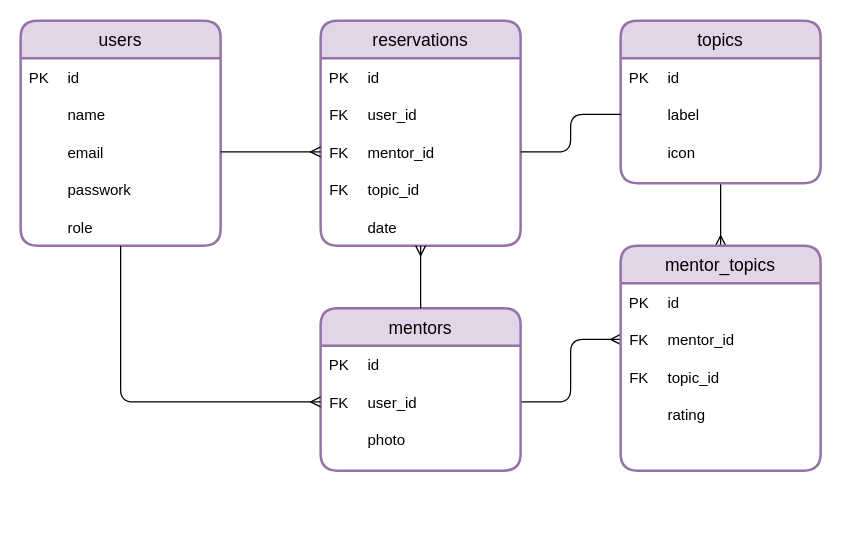
The draw.io diagram erd.drawio in UpliftLab/al-mentoria-docs, before the edit. Source tidied: cells renumbered, new cells numbered last; positions are measured from the earlier drawing's top-left corner, leaving out a move shared by most shapes. Both pictures are drawn from the tidied source at 125%, with x=0, y=0 at pixel (20, 20).
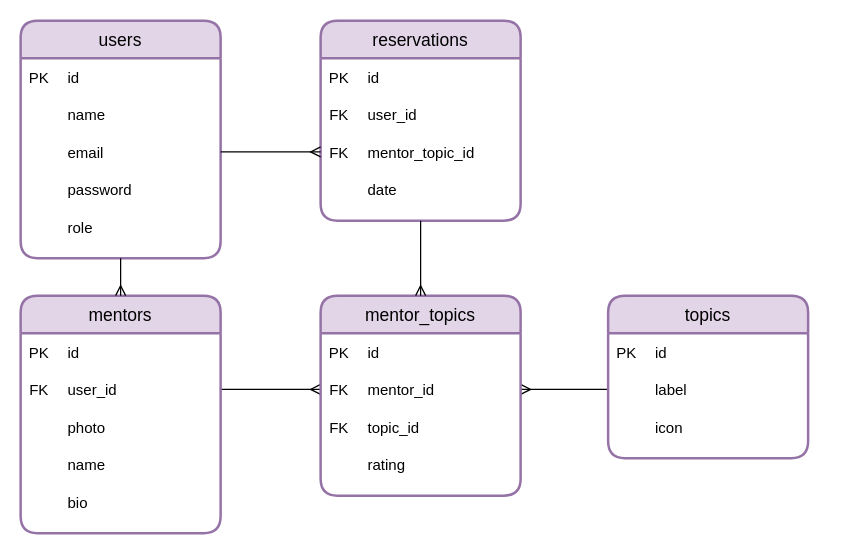
The same diagram, later.

The change refers to these unchanged cells:
```xml
<mxCell id="12" style="shape=tableRow;horizontal=0;startSize=0;swimlaneHead=0;swimlaneBody=0;fillColor=none;points=[[0,0.5],[1,0.5]];portConstraint=eastwest;top=0;left=0;right=0;bottom=0;rounded=1;shadow=0;glass=0;labelBackgroundColor=none;sketch=0;" parent="5" vertex="1">
  <mxGeometry y="60" width="160" height="30" as="geometry" />
</mxCell>
<mxCell id="15" style="shape=tableRow;horizontal=0;startSize=0;swimlaneHead=0;swimlaneBody=0;fillColor=none;top=0;left=0;right=0;bottom=0;rounded=1;shadow=0;glass=0;labelBackgroundColor=none;sketch=0;" parent="5" vertex="1">
  <mxGeometry y="90" width="160" height="30" as="geometry" />
</mxCell>
<mxCell id="29" style="shape=tableRow;horizontal=0;startSize=0;swimlaneHead=0;swimlaneBody=0;fillColor=none;points=[[0,0.5],[1,0.5]];portConstraint=eastwest;top=0;left=0;right=0;bottom=0;rounded=1;shadow=0;glass=0;labelBackgroundColor=none;sketch=0;" parent="22" vertex="1">
  <mxGeometry y="60" width="160" height="30" as="geometry" />
</mxCell>
<mxCell id="44" style="shape=tableRow;horizontal=0;startSize=0;swimlaneHead=0;swimlaneBody=0;fillColor=none;points=[[0,0.5],[1,0.5]];portConstraint=eastwest;top=0;left=0;right=0;bottom=0;rounded=1;shadow=0;glass=0;labelBackgroundColor=none;sketch=0;" parent="40" vertex="1">
  <mxGeometry y="30" width="160" height="30" as="geometry" />
</mxCell>
<mxCell id="53" style="shape=table;startSize=0;childLayout=tableLayout;rowLines=0;fontStyle=0;align=center;strokeColor=none;fillColor=none;rounded=1;shadow=0;glass=0;labelBackgroundColor=none;sketch=0;" parent="52" vertex="1">
  <mxGeometry y="30" width="160" height="100" as="geometry" />
</mxCell>
<mxCell id="57" style="shape=tableRow;horizontal=0;startSize=0;swimlaneHead=0;swimlaneBody=0;fillColor=none;points=[[0,0.5],[1,0.5]];portConstraint=eastwest;top=0;left=0;right=0;bottom=0;rounded=1;shadow=0;glass=0;labelBackgroundColor=none;sketch=0;" parent="53" vertex="1">
  <mxGeometry y="30" width="160" height="30" as="geometry" />
</mxCell>
<mxCell id="69" style="shape=tableRow;horizontal=0;startSize=0;swimlaneHead=0;swimlaneBody=0;fillColor=none;points=[[0,0.5],[1,0.5]];portConstraint=eastwest;top=0;left=0;right=0;bottom=0;rounded=1;shadow=0;glass=0;labelBackgroundColor=none;sketch=0;" parent="65" vertex="1">
  <mxGeometry y="30" width="160" height="30" as="geometry" />
</mxCell>
```

What changed in the source:
```diff
@@
-    <mxCell id="3" style="edgeStyle=orthogonalEdgeStyle;rounded=0;jettySize=auto;html=1;fontSize=23;startArrow=none;startFill=0;endArrow=ERmany;endFill=0;entryX=0.5;entryY=0;entryDx=0;entryDy=0;exitX=0.5;exitY=1;exitDx=0;exitDy=0;" parent="1" edge="1" source="53" target="64">
+    <mxCell id="3" style="edgeStyle=orthogonalEdgeStyle;rounded=0;jettySize=auto;html=1;fontSize=23;startArrow=none;startFill=0;endArrow=ERmany;endFill=0;exitX=0;exitY=0.5;exitDx=0;exitDy=0;entryX=1;entryY=0.5;entryDx=0;entryDy=0;" parent="1" edge="1" source="57" target="69">
       <mxGeometry relative="1" as="geometry" />
     </mxCell>
     <mxCell id="4" value="users" style="swimlane;horizontal=1;startSize=30;rounded=1;fontSize=14;fontStyle=0;strokeWidth=2;shadow=0;dashed=0;align=center;glass=0;labelBackgroundColor=none;sketch=0;fillColor=#e1d5e7;strokeColor=#9673a6;" parent="1" vertex="1">
-      <mxGeometry width="160" height="180" as="geometry" />
+      <mxGeometry width="160" height="190" as="geometry" />
     </mxCell>
     <mxCell id="5" style="shape=table;startSize=0;childLayout=tableLayout;rowLines=0;fontStyle=0;align=center;strokeColor=none;fillColor=none;rounded=1;shadow=0;glass=0;labelBackgroundColor=none;sketch=0;" parent="4" vertex="1">
-      <mxGeometry y="30" width="160" height="150" as="geometry" />
+      <mxGeometry y="30" width="160" height="160" as="geometry" />
     </mxCell>
@@
-    <mxCell id="17" value="passwork" style="shape=partialRectangle;fillColor=none;top=0;left=0;bottom=0;right=0;align=left;spacingLeft=6;overflow=hidden;rounded=1;shadow=0;glass=0;labelBackgroundColor=none;sketch=0;" parent="15" vertex="1">
+    <mxCell id="17" value="password" style="shape=partialRectangle;fillColor=none;top=0;left=0;bottom=0;right=0;align=left;spacingLeft=6;overflow=hidden;rounded=1;shadow=0;glass=0;labelBackgroundColor=none;sketch=0;" parent="15" vertex="1">
       <mxGeometry x="30" width="130" height="30" as="geometry" />
     </mxCell>
@@
     <mxCell id="21" value="reservations" style="swimlane;horizontal=1;startSize=30;rounded=1;fontSize=14;fontStyle=0;strokeWidth=2;shadow=0;dashed=0;align=center;glass=0;labelBackgroundColor=none;sketch=0;fillColor=#e1d5e7;strokeColor=#9673a6;" parent="1" vertex="1">
-      <mxGeometry x="240" width="160" height="180" as="geometry" />
+      <mxGeometry x="240" width="160" height="160" as="geometry" />
     </mxCell>
     <mxCell id="22" style="shape=table;startSize=0;childLayout=tableLayout;rowLines=0;fontStyle=0;align=center;strokeColor=none;fillColor=none;rounded=1;shadow=0;glass=0;labelBackgroundColor=none;sketch=0;" parent="21" vertex="1">
-      <mxGeometry y="30" width="160" height="150" as="geometry" />
+      <mxGeometry y="30" width="160" height="130" as="geometry" />
     </mxCell>
@@
-    <mxCell id="31" value="mentor_id" style="shape=partialRectangle;fillColor=none;top=0;left=0;bottom=0;right=0;align=left;spacingLeft=6;overflow=hidden;rounded=1;shadow=0;glass=0;labelBackgroundColor=none;sketch=0;" parent="29" vertex="1">
+    <mxCell id="31" value="mentor_topic_id" style="shape=partialRectangle;fillColor=none;top=0;left=0;bottom=0;right=0;align=left;spacingLeft=6;overflow=hidden;rounded=1;shadow=0;glass=0;labelBackgroundColor=none;sketch=0;" parent="29" vertex="1">
       <mxGeometry x="30" width="130" height="30" as="geometry" />
     </mxCell>
-    <mxCell id="32" style="shape=tableRow;horizontal=0;startSize=0;swimlaneHead=0;swimlaneBody=0;fillColor=none;top=0;left=0;right=0;bottom=0;rounded=1;shadow=0;glass=0;labelBackgroundColor=none;sketch=0;" parent="22" vertex="1">
-      <mxGeometry y="90" width="160" height="30" as="geometry" />
-    </mxCell>
-    <mxCell id="33" value="FK" style="shape=partialRectangle;fillColor=none;top=0;left=0;bottom=0;right=0;overflow=hidden;rounded=1;shadow=0;glass=0;labelBackgroundColor=none;sketch=0;" parent="32" vertex="1">
-      <mxGeometry width="30" height="30" as="geometry" />
-    </mxCell>
-    <mxCell id="34" value="topic_id" style="shape=partialRectangle;fillColor=none;top=0;left=0;bottom=0;right=0;align=left;spacingLeft=6;overflow=hidden;rounded=1;shadow=0;glass=0;labelBackgroundColor=none;sketch=0;" parent="32" vertex="1">
-      <mxGeometry x="30" width="130" height="30" as="geometry" />
-    </mxCell>
     <mxCell id="35" style="shape=tableRow;horizontal=0;startSize=0;swimlaneHead=0;swimlaneBody=0;fillColor=none;top=0;left=0;right=0;bottom=0;rounded=1;shadow=0;glass=0;labelBackgroundColor=none;sketch=0;" parent="22" vertex="1">
-      <mxGeometry y="120" width="160" height="30" as="geometry" />
+      <mxGeometry y="90" width="160" height="30" as="geometry" />
     </mxCell>
@@
-    <mxCell id="38" style="edgeStyle=entityRelationEdgeStyle;fontSize=12;html=1;endArrow=ERmany;entryX=0;entryY=0.5;entryDx=0;entryDy=0;rounded=1;exitX=1;exitY=0.5;exitDx=0;exitDy=0;" parent="1" edge="1" source="5" target="29">
+    <mxCell id="38" style="edgeStyle=entityRelationEdgeStyle;fontSize=12;html=1;endArrow=ERmany;entryX=0;entryY=0.5;entryDx=0;entryDy=0;rounded=1;exitX=1;exitY=0.5;exitDx=0;exitDy=0;" parent="1" edge="1" source="12" target="29">
       <mxGeometry relative="1" as="geometry" />
     </mxCell>
     <mxCell id="39" value="mentors" style="swimlane;horizontal=1;startSize=30;rounded=1;fontSize=14;fontStyle=0;strokeWidth=2;shadow=0;dashed=0;align=center;glass=0;labelBackgroundColor=none;sketch=0;fillColor=#e1d5e7;strokeColor=#9673a6;" parent="1" vertex="1">
-      <mxGeometry x="240" y="230" width="160" height="130" as="geometry" />
+      <mxGeometry y="220" width="160" height="190" as="geometry" />
     </mxCell>
     <mxCell id="40" style="shape=table;startSize=0;childLayout=tableLayout;rowLines=0;fontStyle=0;align=center;strokeColor=none;fillColor=none;rounded=1;shadow=0;glass=0;labelBackgroundColor=none;sketch=0;" parent="39" vertex="1">
-      <mxGeometry y="30" width="160" height="100" as="geometry" />
+      <mxGeometry y="30" width="160" height="160" as="geometry" />
     </mxCell>
@@
+    <mxCell id="78" style="shape=tableRow;horizontal=0;startSize=0;swimlaneHead=0;swimlaneBody=0;fillColor=none;top=0;left=0;right=0;bottom=0;" parent="40" vertex="1">
+      <mxGeometry y="90" width="160" height="30" as="geometry" />
+    </mxCell>
+    <mxCell id="79" style="shape=partialRectangle;fillColor=none;top=0;left=0;bottom=0;right=0;overflow=hidden;" parent="78" vertex="1">
+      <mxGeometry width="30" height="30" as="geometry" />
+    </mxCell>
+    <mxCell id="80" value="name" style="shape=partialRectangle;fillColor=none;top=0;left=0;bottom=0;right=0;align=left;spacingLeft=6;overflow=hidden;" parent="78" vertex="1">
+      <mxGeometry x="30" width="130" height="30" as="geometry" />
+    </mxCell>
+    <mxCell id="81" style="shape=tableRow;horizontal=0;startSize=0;swimlaneHead=0;swimlaneBody=0;fillColor=none;top=0;left=0;right=0;bottom=0;" parent="40" vertex="1">
+      <mxGeometry y="120" width="160" height="30" as="geometry" />
+    </mxCell>
+    <mxCell id="82" style="shape=partialRectangle;fillColor=none;top=0;left=0;bottom=0;right=0;overflow=hidden;" parent="81" vertex="1">
+      <mxGeometry width="30" height="30" as="geometry" />
+    </mxCell>
+    <mxCell id="83" value="bio" style="shape=partialRectangle;fillColor=none;top=0;left=0;bottom=0;right=0;align=left;spacingLeft=6;overflow=hidden;" parent="81" vertex="1">
+      <mxGeometry x="30" width="130" height="30" as="geometry" />
+    </mxCell>
-    <mxCell id="50" style="edgeStyle=orthogonalEdgeStyle;fontSize=12;html=1;endArrow=ERmany;exitX=0.5;exitY=1;exitDx=0;exitDy=0;rounded=1;entryX=0;entryY=0.5;entryDx=0;entryDy=0;" parent="1" edge="1" source="5" target="44">
+    <mxCell id="50" style="edgeStyle=orthogonalEdgeStyle;fontSize=12;html=1;endArrow=ERmany;exitX=0.5;exitY=1;exitDx=0;exitDy=0;rounded=1;entryX=0.5;entryY=0;entryDx=0;entryDy=0;" parent="1" edge="1" source="5" target="39">
       <mxGeometry relative="1" as="geometry" />
     </mxCell>
-    <mxCell id="51" style="edgeStyle=orthogonalEdgeStyle;rounded=1;jettySize=auto;html=1;exitX=0.5;exitY=0;exitDx=0;exitDy=0;endArrow=ERmany;endFill=0;entryX=0.5;entryY=1;entryDx=0;entryDy=0;" parent="1" edge="1" source="39" target="22">
-      <mxGeometry relative="1" as="geometry" />
-    </mxCell>
     <mxCell id="52" value="topics" style="swimlane;horizontal=1;startSize=30;rounded=1;fontSize=14;fontStyle=0;strokeWidth=2;shadow=0;dashed=0;align=center;glass=0;labelBackgroundColor=none;sketch=0;fillColor=#e1d5e7;strokeColor=#9673a6;" parent="1" vertex="1">
-      <mxGeometry x="480" width="160" height="130" as="geometry" />
+      <mxGeometry x="470" y="220" width="160" height="130" as="geometry" />
     </mxCell>
@@
-    <mxCell id="63" style="edgeStyle=orthogonalEdgeStyle;rounded=1;jettySize=auto;html=1;entryX=0;entryY=0.5;entryDx=0;entryDy=0;endArrow=none;endFill=0;exitX=1;exitY=0.5;exitDx=0;exitDy=0;" parent="1" edge="1" source="29" target="57">
-      <mxGeometry relative="1" as="geometry" />
-    </mxCell>
     <mxCell id="64" value="mentor_topics" style="swimlane;horizontal=1;startSize=30;rounded=1;fontSize=14;fontStyle=0;strokeWidth=2;shadow=0;dashed=0;align=center;glass=0;labelBackgroundColor=none;sketch=0;fillColor=#e1d5e7;strokeColor=#9673a6;" parent="1" vertex="1">
-      <mxGeometry x="480" y="180" width="160" height="180" as="geometry" />
+      <mxGeometry x="240" y="220" width="160" height="160" as="geometry" />
     </mxCell>
     <mxCell id="65" style="shape=table;startSize=0;childLayout=tableLayout;rowLines=0;fontStyle=0;align=center;strokeColor=none;fillColor=none;rounded=1;shadow=0;glass=0;labelBackgroundColor=none;sketch=0;" parent="64" vertex="1">
-      <mxGeometry y="30" width="160" height="150" as="geometry" />
+      <mxGeometry y="30" width="160" height="130" as="geometry" />
     </mxCell>
@@
+    <mxCell id="84" style="edgeStyle=orthogonalEdgeStyle;rounded=0;jettySize=auto;html=1;exitX=0.5;exitY=1;exitDx=0;exitDy=0;entryX=0.5;entryY=0;entryDx=0;entryDy=0;endArrow=ERmany;endFill=0;" parent="1" edge="1" source="22" target="64">
+      <mxGeometry relative="1" as="geometry" />
+    </mxCell>
```
